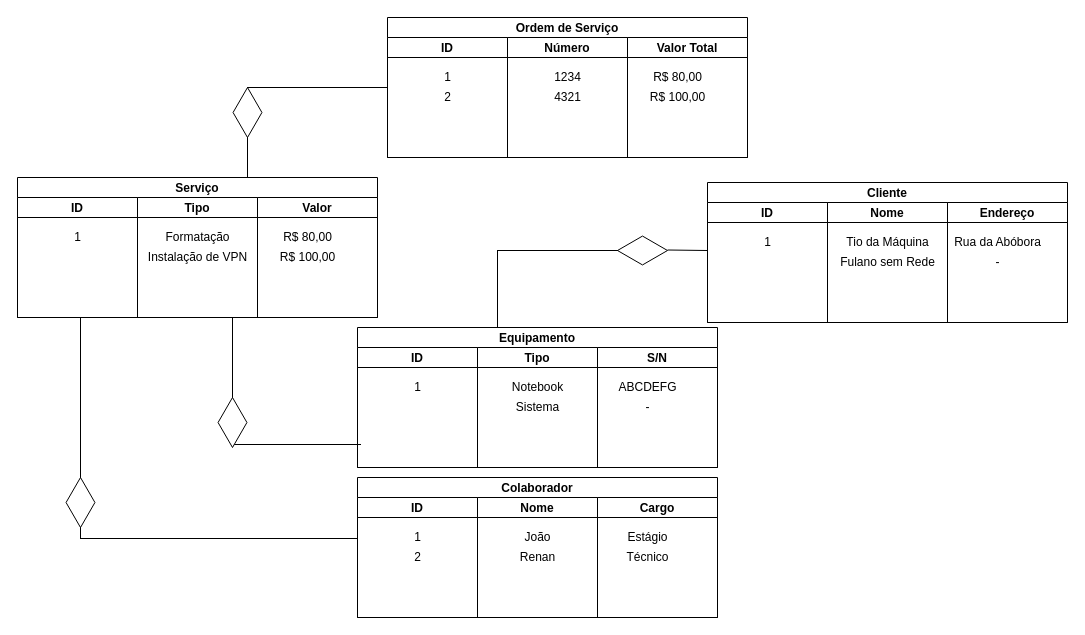
Before: Untitled Diagram.drawio in jaohenriq/bancodedados, a draw.io diagram. Source tidied: cells renumbered, new cells numbered last; positions are measured from the earlier drawing's top-left corner, leaving out a move shared by most shapes. Both pictures are drawn from the tidied source at 100%, with x=0, y=0 at pixel (17, 17).
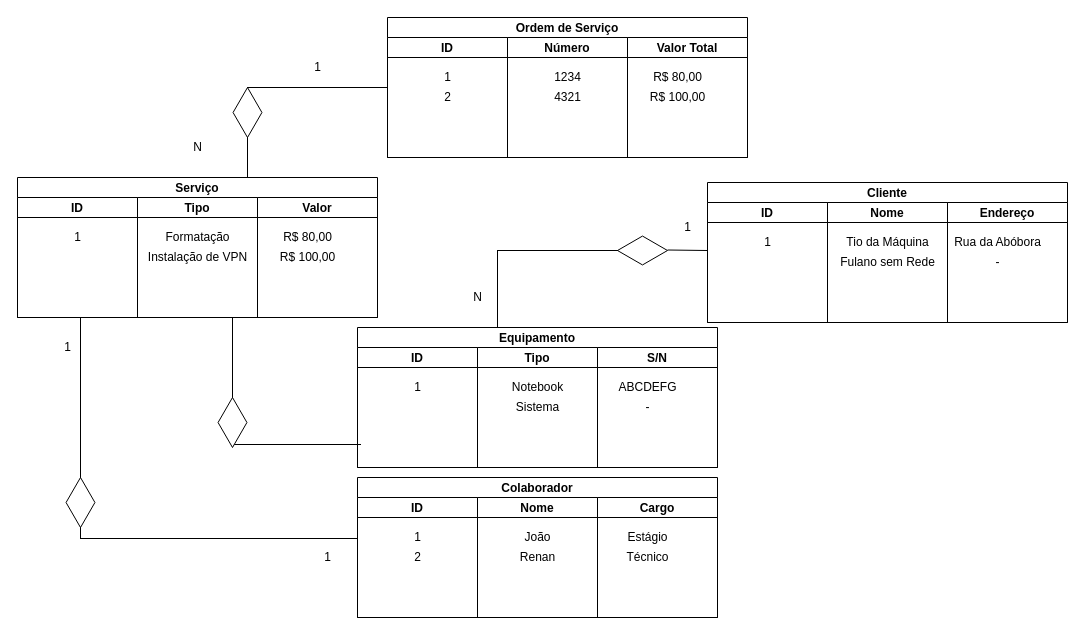
The same page after the edit.

Change to the diagram source:
```diff
@@
+    <mxCell id="58" value="1" style="text;html=1;align=center;verticalAlign=middle;strokeColor=none;fillColor=none;" parent="1" vertex="1">
+      <mxGeometry x="290" y="40" width="20" height="20" as="geometry" />
+    </mxCell>
+    <mxCell id="59" value="N" style="text;html=1;align=center;verticalAlign=middle;strokeColor=none;fillColor=none;" parent="1" vertex="1">
+      <mxGeometry x="170" y="120" width="20" height="20" as="geometry" />
+    </mxCell>
+    <mxCell id="60" value="1" style="text;html=1;align=center;verticalAlign=middle;strokeColor=none;fillColor=none;" parent="1" vertex="1">
+      <mxGeometry x="660" y="200" width="20" height="20" as="geometry" />
+    </mxCell>
+    <mxCell id="61" value="N" style="text;html=1;align=center;verticalAlign=middle;strokeColor=none;fillColor=none;" parent="1" vertex="1">
+      <mxGeometry x="450" y="270" width="20" height="20" as="geometry" />
+    </mxCell>
+    <mxCell id="62" value="1" style="text;html=1;align=center;verticalAlign=middle;strokeColor=none;fillColor=none;" parent="1" vertex="1">
+      <mxGeometry x="300" y="530" width="20" height="20" as="geometry" />
+    </mxCell>
+    <mxCell id="63" value="1" style="text;html=1;align=center;verticalAlign=middle;strokeColor=none;fillColor=none;" parent="1" vertex="1">
+      <mxGeometry x="40" y="320" width="20" height="20" as="geometry" />
+    </mxCell>
```
